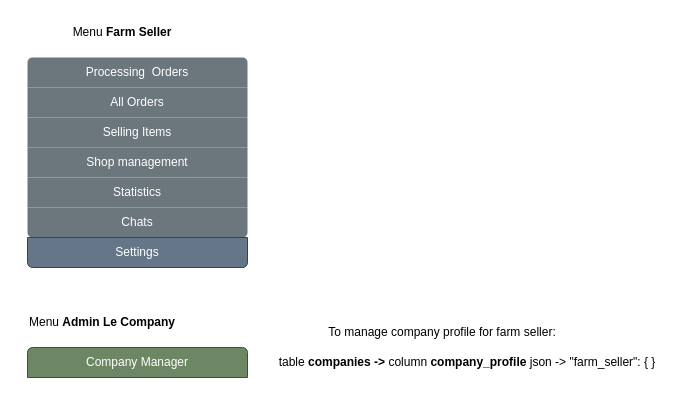
Earlier version of the draw.io diagram farm.drawio (letrthang/design). Source tidied: cells renumbered, new cells numbered last; positions are measured from the earlier drawing's top-left corner, leaving out a move shared by most shapes. Both pictures are drawn from the tidied source at 100%, with x=0, y=0 at pixel (17, 17).
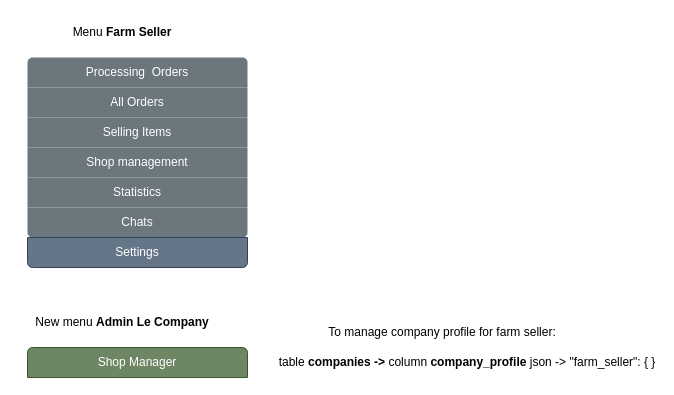
The same diagram, later.

What changed in the source:
```diff
@@
 <mxGraphModel>
   <root>
     <mxCell id="0" />
     <mxCell id="1" parent="0" />
     <mxCell id="2" value="Menu &lt;b&gt;Farm Seller&lt;/b&gt;" style="text;html=1;align=center;verticalAlign=middle;whiteSpace=wrap;rounded=0;" parent="1" vertex="1">
       <mxGeometry x="20" width="170" height="30" as="geometry" />
     </mxCell>
     <mxCell id="3" style="group;fillColor=default;" parent="1" vertex="1">
       <mxGeometry x="10" y="40" width="220" height="210" as="geometry" />
     </mxCell>
     <mxCell id="4" style="swimlane;shape=mxgraph.bootstrap.anchor;strokeColor=none;fillColor=#6C767D;fontColor=#ffffff;fontStyle=0;horizontal=1;startSize=0;whiteSpace=wrap;html=1;" parent="3" vertex="1">
       <mxGeometry width="220" height="180" as="geometry" />
     </mxCell>
     <mxCell id="5" value="Processing&amp;nbsp; Orders" style="text;strokeColor=inherit;align=center;verticalAlign=middle;spacingLeft=10;spacingRight=10;overflow=hidden;whiteSpace=wrap;html=1;shape=mxgraph.bootstrap.topButton;rSize=5;fillColor=inherit;fontColor=inherit;" parent="4" vertex="1">
       <mxGeometry width="220" height="30" as="geometry" />
     </mxCell>
     <mxCell id="6" value="All Orders" style="text;strokeColor=inherit;align=center;verticalAlign=middle;spacingLeft=10;spacingRight=10;overflow=hidden;whiteSpace=wrap;html=1;rSize=5;fillColor=inherit;fontColor=inherit;" parent="4" vertex="1">
       <mxGeometry y="30" width="220" height="30" as="geometry" />
     </mxCell>
     <mxCell id="7" value="Selling Items" style="text;strokeColor=inherit;align=center;verticalAlign=middle;spacingLeft=10;spacingRight=10;overflow=hidden;whiteSpace=wrap;html=1;rSize=5;fillColor=inherit;fontColor=inherit;" parent="4" vertex="1">
       <mxGeometry y="60" width="220" height="30" as="geometry" />
     </mxCell>
     <mxCell id="8" value="Shop management" style="text;strokeColor=inherit;align=center;verticalAlign=middle;spacingLeft=10;spacingRight=10;overflow=hidden;whiteSpace=wrap;html=1;rSize=5;fillColor=inherit;fontColor=inherit;" parent="4" vertex="1">
       <mxGeometry y="90" width="220" height="30" as="geometry" />
     </mxCell>
     <mxCell id="9" value="Statistics" style="text;strokeColor=inherit;align=center;verticalAlign=middle;spacingLeft=10;spacingRight=10;overflow=hidden;whiteSpace=wrap;html=1;rSize=5;fillColor=inherit;fontColor=inherit;" parent="4" vertex="1">
       <mxGeometry y="120" width="220" height="30" as="geometry" />
     </mxCell>
     <mxCell id="10" value="Chats" style="text;strokeColor=inherit;align=center;verticalAlign=middle;spacingLeft=10;spacingRight=10;overflow=hidden;whiteSpace=wrap;html=1;shape=mxgraph.bootstrap.bottomButton;rSize=5;fillColor=inherit;fontColor=inherit;" parent="4" vertex="1">
       <mxGeometry y="150" width="220" height="30" as="geometry" />
     </mxCell>
     <mxCell id="11" value="Settings" style="text;strokeColor=#314354;align=center;verticalAlign=middle;spacingLeft=10;spacingRight=10;overflow=hidden;whiteSpace=wrap;html=1;shape=mxgraph.bootstrap.bottomButton;rSize=5;fillColor=#647687;fontColor=#ffffff;" parent="3" vertex="1">
       <mxGeometry y="180" width="220" height="30" as="geometry" />
     </mxCell>
-    <mxCell id="12" value="Menu &lt;b&gt;Admin Le Company&lt;/b&gt;" style="text;html=1;align=center;verticalAlign=middle;whiteSpace=wrap;rounded=0;" parent="1" vertex="1">
-      <mxGeometry y="290" width="170" height="30" as="geometry" />
+    <mxCell id="12" value="New menu &lt;b&gt;Admin Le Company&lt;/b&gt;" style="text;html=1;align=center;verticalAlign=middle;whiteSpace=wrap;rounded=0;" parent="1" vertex="1">
+      <mxGeometry y="290" width="210" height="30" as="geometry" />
     </mxCell>
     <mxCell id="13" style="swimlane;shape=mxgraph.bootstrap.anchor;strokeColor=#3A5431;fillColor=#6d8764;fontColor=#ffffff;fontStyle=0;horizontal=1;startSize=0;whiteSpace=wrap;html=1;" parent="1" vertex="1">
       <mxGeometry x="10" y="330" width="220" height="30" as="geometry" />
     </mxCell>
-    <mxCell id="14" value="Company Manager" style="text;strokeColor=inherit;align=center;verticalAlign=middle;spacingLeft=10;spacingRight=10;overflow=hidden;whiteSpace=wrap;html=1;shape=mxgraph.bootstrap.topButton;rSize=5;fillColor=inherit;fontColor=inherit;" parent="13" vertex="1">
+    <mxCell id="14" value="Shop Manager" style="text;strokeColor=inherit;align=center;verticalAlign=middle;spacingLeft=10;spacingRight=10;overflow=hidden;whiteSpace=wrap;html=1;shape=mxgraph.bootstrap.topButton;rSize=5;fillColor=inherit;fontColor=inherit;" parent="13" vertex="1">
       <mxGeometry width="220" height="30" as="geometry" />
     </mxCell>
     <mxCell id="15" value="table &lt;b&gt;companies -&amp;gt; &lt;/b&gt;column &lt;b&gt;company_profile &lt;/b&gt;json -&amp;gt; &quot;farm_seller&quot;: { }" style="text;html=1;align=center;verticalAlign=middle;whiteSpace=wrap;rounded=0;" parent="1" vertex="1">
       <mxGeometry x="260" y="330" width="380" height="30" as="geometry" />
     </mxCell>
     <mxCell id="16" value="To manage company profile for farm seller:" style="text;html=1;align=center;verticalAlign=middle;whiteSpace=wrap;rounded=0;" parent="1" vertex="1">
       <mxGeometry x="280" y="300" width="290" height="30" as="geometry" />
     </mxCell>
   </root>
 </mxGraphModel>
```
